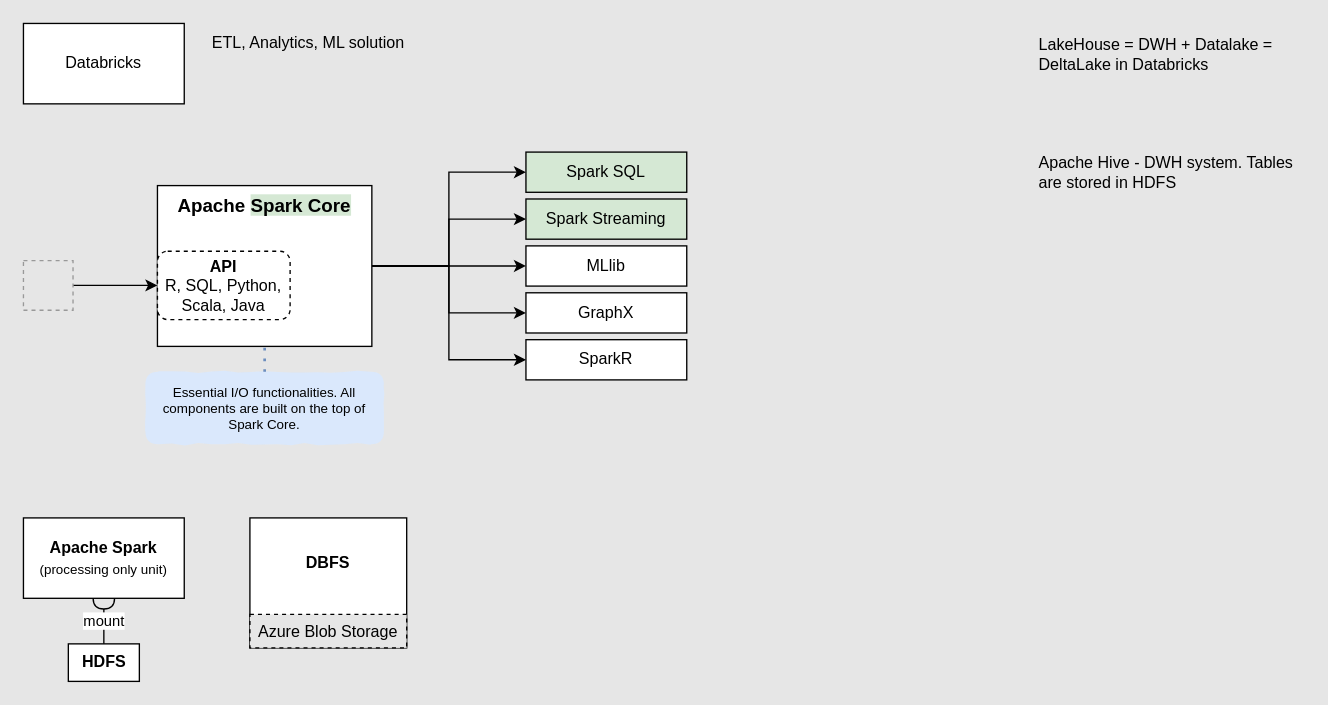
Before: Databricks.drawio in agrazh/de-diagrams, a draw.io diagram. Source tidied: cells renumbered, new cells numbered last; positions are measured from the earlier drawing's top-left corner, leaving out a move shared by most shapes. Both pictures are drawn from the tidied source at 134%, with x=0, y=0 at pixel (23, 23). Pictures stored in the file or linked from it are replaced by grey dashed boxes.
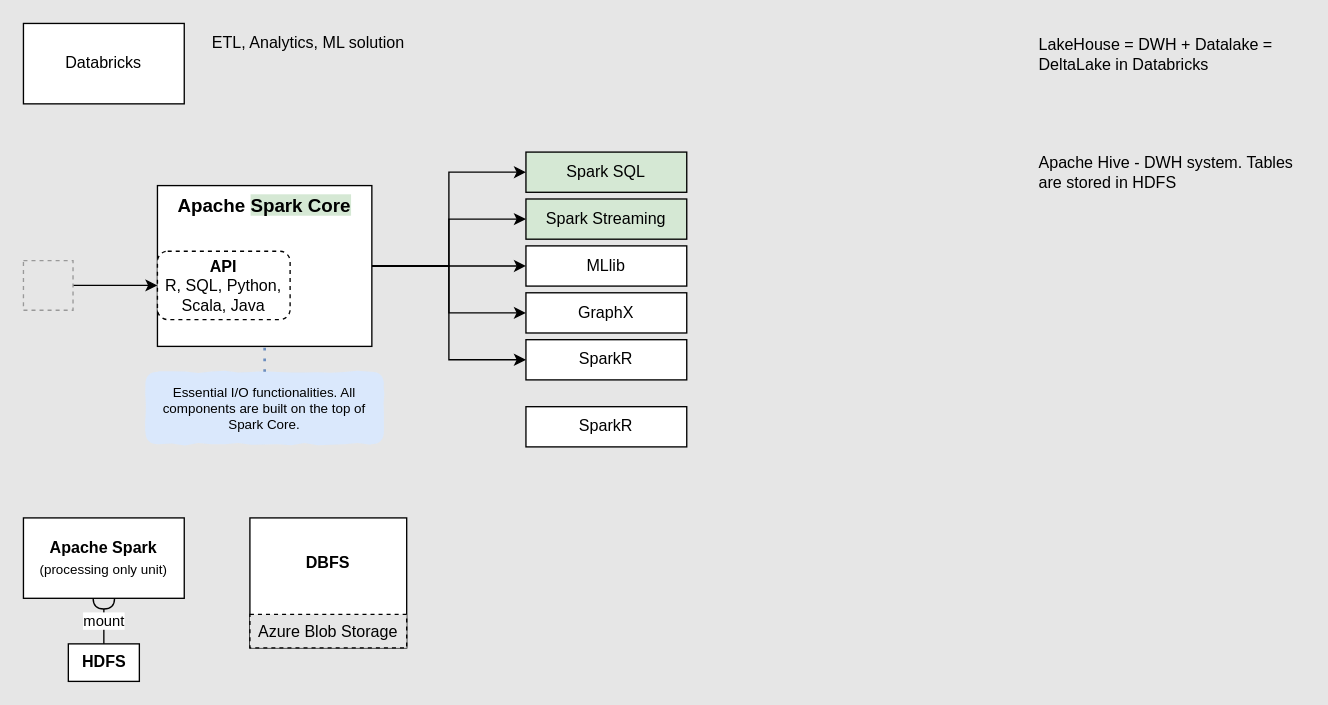
Above is the later version.

What changed in the source:
```diff
@@
+    <mxCell id="30" value="SparkR" style="rounded=0;whiteSpace=wrap;html=1;" parent="1" vertex="1">
+      <mxGeometry x="375" y="286" width="120" height="30" as="geometry" />
+    </mxCell>
```
